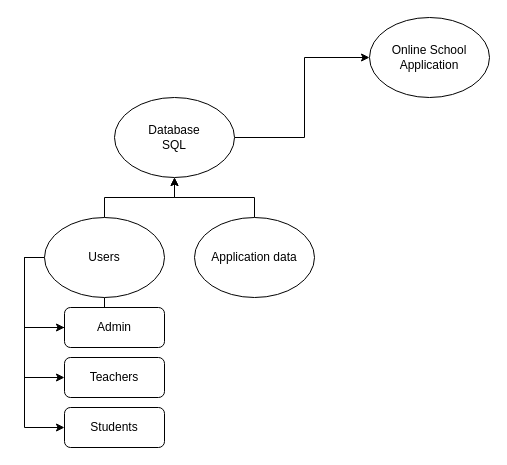
benricok/Delphi-PAT2022-Gr12 keeps this draw.io diagram as Phase1/Delphi PAT 2022 Gr12.drawio. Above is the earlier version. Source tidied: cells renumbered, new cells numbered last; positions are measured from the earlier drawing's top-left corner, leaving out a move shared by most shapes. Both pictures are drawn from the tidied source at 100%, with x=0, y=0 at pixel (24, 17).
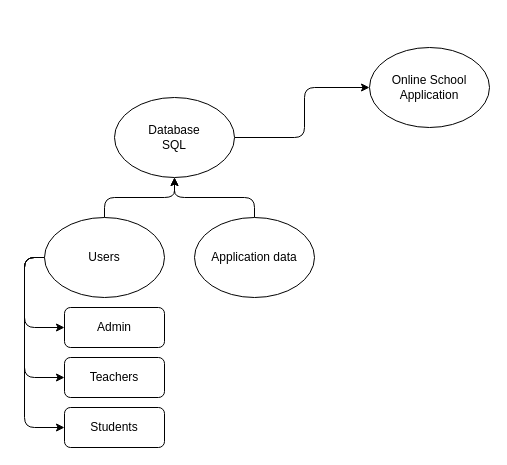
After the change.

The change refers to these unchanged cells:
```xml
<mxCell id="4" value="Database&lt;br&gt;SQL" style="ellipse;whiteSpace=wrap;html=1;" parent="1" vertex="1">
  <mxGeometry x="90" y="80" width="120" height="80" as="geometry" />
</mxCell>
<mxCell id="9" value="Users" style="ellipse;whiteSpace=wrap;html=1;" parent="1" vertex="1">
  <mxGeometry x="20" y="200" width="120" height="80" as="geometry" />
</mxCell>
<mxCell id="11" value="Application data" style="ellipse;whiteSpace=wrap;html=1;" parent="1" vertex="1">
  <mxGeometry x="170" y="200" width="120" height="80" as="geometry" />
</mxCell>
<mxCell id="12" value="Admin" style="rounded=1;whiteSpace=wrap;html=1;" parent="1" vertex="1">
  <mxGeometry x="40" y="290" width="100" height="40" as="geometry" />
</mxCell>
<mxCell id="13" value="Teachers" style="rounded=1;whiteSpace=wrap;html=1;" parent="1" vertex="1">
  <mxGeometry x="40" y="340" width="100" height="40" as="geometry" />
</mxCell>
<mxCell id="14" value="Students" style="rounded=1;whiteSpace=wrap;html=1;" parent="1" vertex="1">
  <mxGeometry x="40" y="390" width="100" height="40" as="geometry" />
</mxCell>
```

What changed in the source:
```diff
@@
     <mxCell id="2" value="Online School Application" style="ellipse;whiteSpace=wrap;html=1;" parent="1" vertex="1">
-      <mxGeometry x="345" width="120" height="80" as="geometry" />
+      <mxGeometry x="345" y="30" width="120" height="80" as="geometry" />
     </mxCell>
-    <mxCell id="3" style="edgeStyle=orthogonalEdgeStyle;rounded=0;jettySize=auto;html=1;entryX=0;entryY=0.5;entryDx=0;entryDy=0;" parent="1" edge="1" source="4" target="2">
+    <mxCell id="3" style="edgeStyle=orthogonalEdgeStyle;jettySize=auto;html=1;entryX=0;entryY=0.5;entryDx=0;entryDy=0;rounded=1;exitX=1;exitY=0.5;exitDx=0;exitDy=0;" parent="1" edge="1" source="4" target="2">
       <mxGeometry relative="1" as="geometry">
         <Array as="points">
           <mxPoint x="280" y="120" />
-          <mxPoint x="280" y="40" />
+          <mxPoint x="280" y="70" />
         </Array>
       </mxGeometry>
     </mxCell>
@@
-    <mxCell id="5" style="edgeStyle=orthogonalEdgeStyle;rounded=0;jettySize=auto;html=1;" parent="1" edge="1" source="9" target="4">
+    <mxCell id="5" style="edgeStyle=orthogonalEdgeStyle;jettySize=auto;html=1;rounded=1;" parent="1" edge="1" source="9" target="4">
       <mxGeometry relative="1" as="geometry" />
     </mxCell>
-    <mxCell id="6" style="edgeStyle=orthogonalEdgeStyle;rounded=0;jettySize=auto;html=1;entryX=0;entryY=0.5;entryDx=0;entryDy=0;exitX=0;exitY=0.5;exitDx=0;exitDy=0;" parent="1" edge="1" source="9" target="12">
+    <mxCell id="6" style="edgeStyle=orthogonalEdgeStyle;rounded=1;jettySize=auto;html=1;entryX=0;entryY=0.5;entryDx=0;entryDy=0;exitX=0;exitY=0.5;exitDx=0;exitDy=0;" parent="1" edge="1" source="9" target="12">
       <mxGeometry relative="1" as="geometry" />
     </mxCell>
-    <mxCell id="7" style="edgeStyle=orthogonalEdgeStyle;rounded=0;jettySize=auto;html=1;entryX=0;entryY=0.5;entryDx=0;entryDy=0;" parent="1" edge="1" source="9" target="13">
+    <mxCell id="7" style="edgeStyle=orthogonalEdgeStyle;rounded=1;jettySize=auto;html=1;entryX=0;entryY=0.5;entryDx=0;entryDy=0;exitX=0;exitY=0.5;exitDx=0;exitDy=0;" parent="1" edge="1" source="9" target="13">
       <mxGeometry relative="1" as="geometry">
         <Array as="points">
-          <mxPoint x="80" y="310" />
-          <mxPoint y="310" />
+          <mxPoint y="240" />
           <mxPoint y="360" />
         </Array>
       </mxGeometry>
     </mxCell>
-    <mxCell id="8" style="edgeStyle=orthogonalEdgeStyle;rounded=0;jettySize=auto;html=1;entryX=0;entryY=0.5;entryDx=0;entryDy=0;" parent="1" edge="1" target="14">
+    <mxCell id="8" style="edgeStyle=orthogonalEdgeStyle;rounded=1;jettySize=auto;html=1;entryX=0;entryY=0.5;entryDx=0;entryDy=0;" parent="1" edge="1" target="14">
       <mxGeometry relative="1" as="geometry">
         <mxPoint x="20" y="240" as="sourcePoint" />
         <Array as="points">
           <mxPoint y="240" />
           <mxPoint y="410" />
         </Array>
       </mxGeometry>
     </mxCell>
@@
-    <mxCell id="10" style="edgeStyle=orthogonalEdgeStyle;rounded=0;jettySize=auto;html=1;entryX=0.5;entryY=1;entryDx=0;entryDy=0;" parent="1" edge="1" source="11" target="4">
+    <mxCell id="10" style="edgeStyle=orthogonalEdgeStyle;jettySize=auto;html=1;entryX=0.5;entryY=1;entryDx=0;entryDy=0;rounded=1;" parent="1" edge="1" source="11" target="4">
       <mxGeometry relative="1" as="geometry" />
     </mxCell>
```
